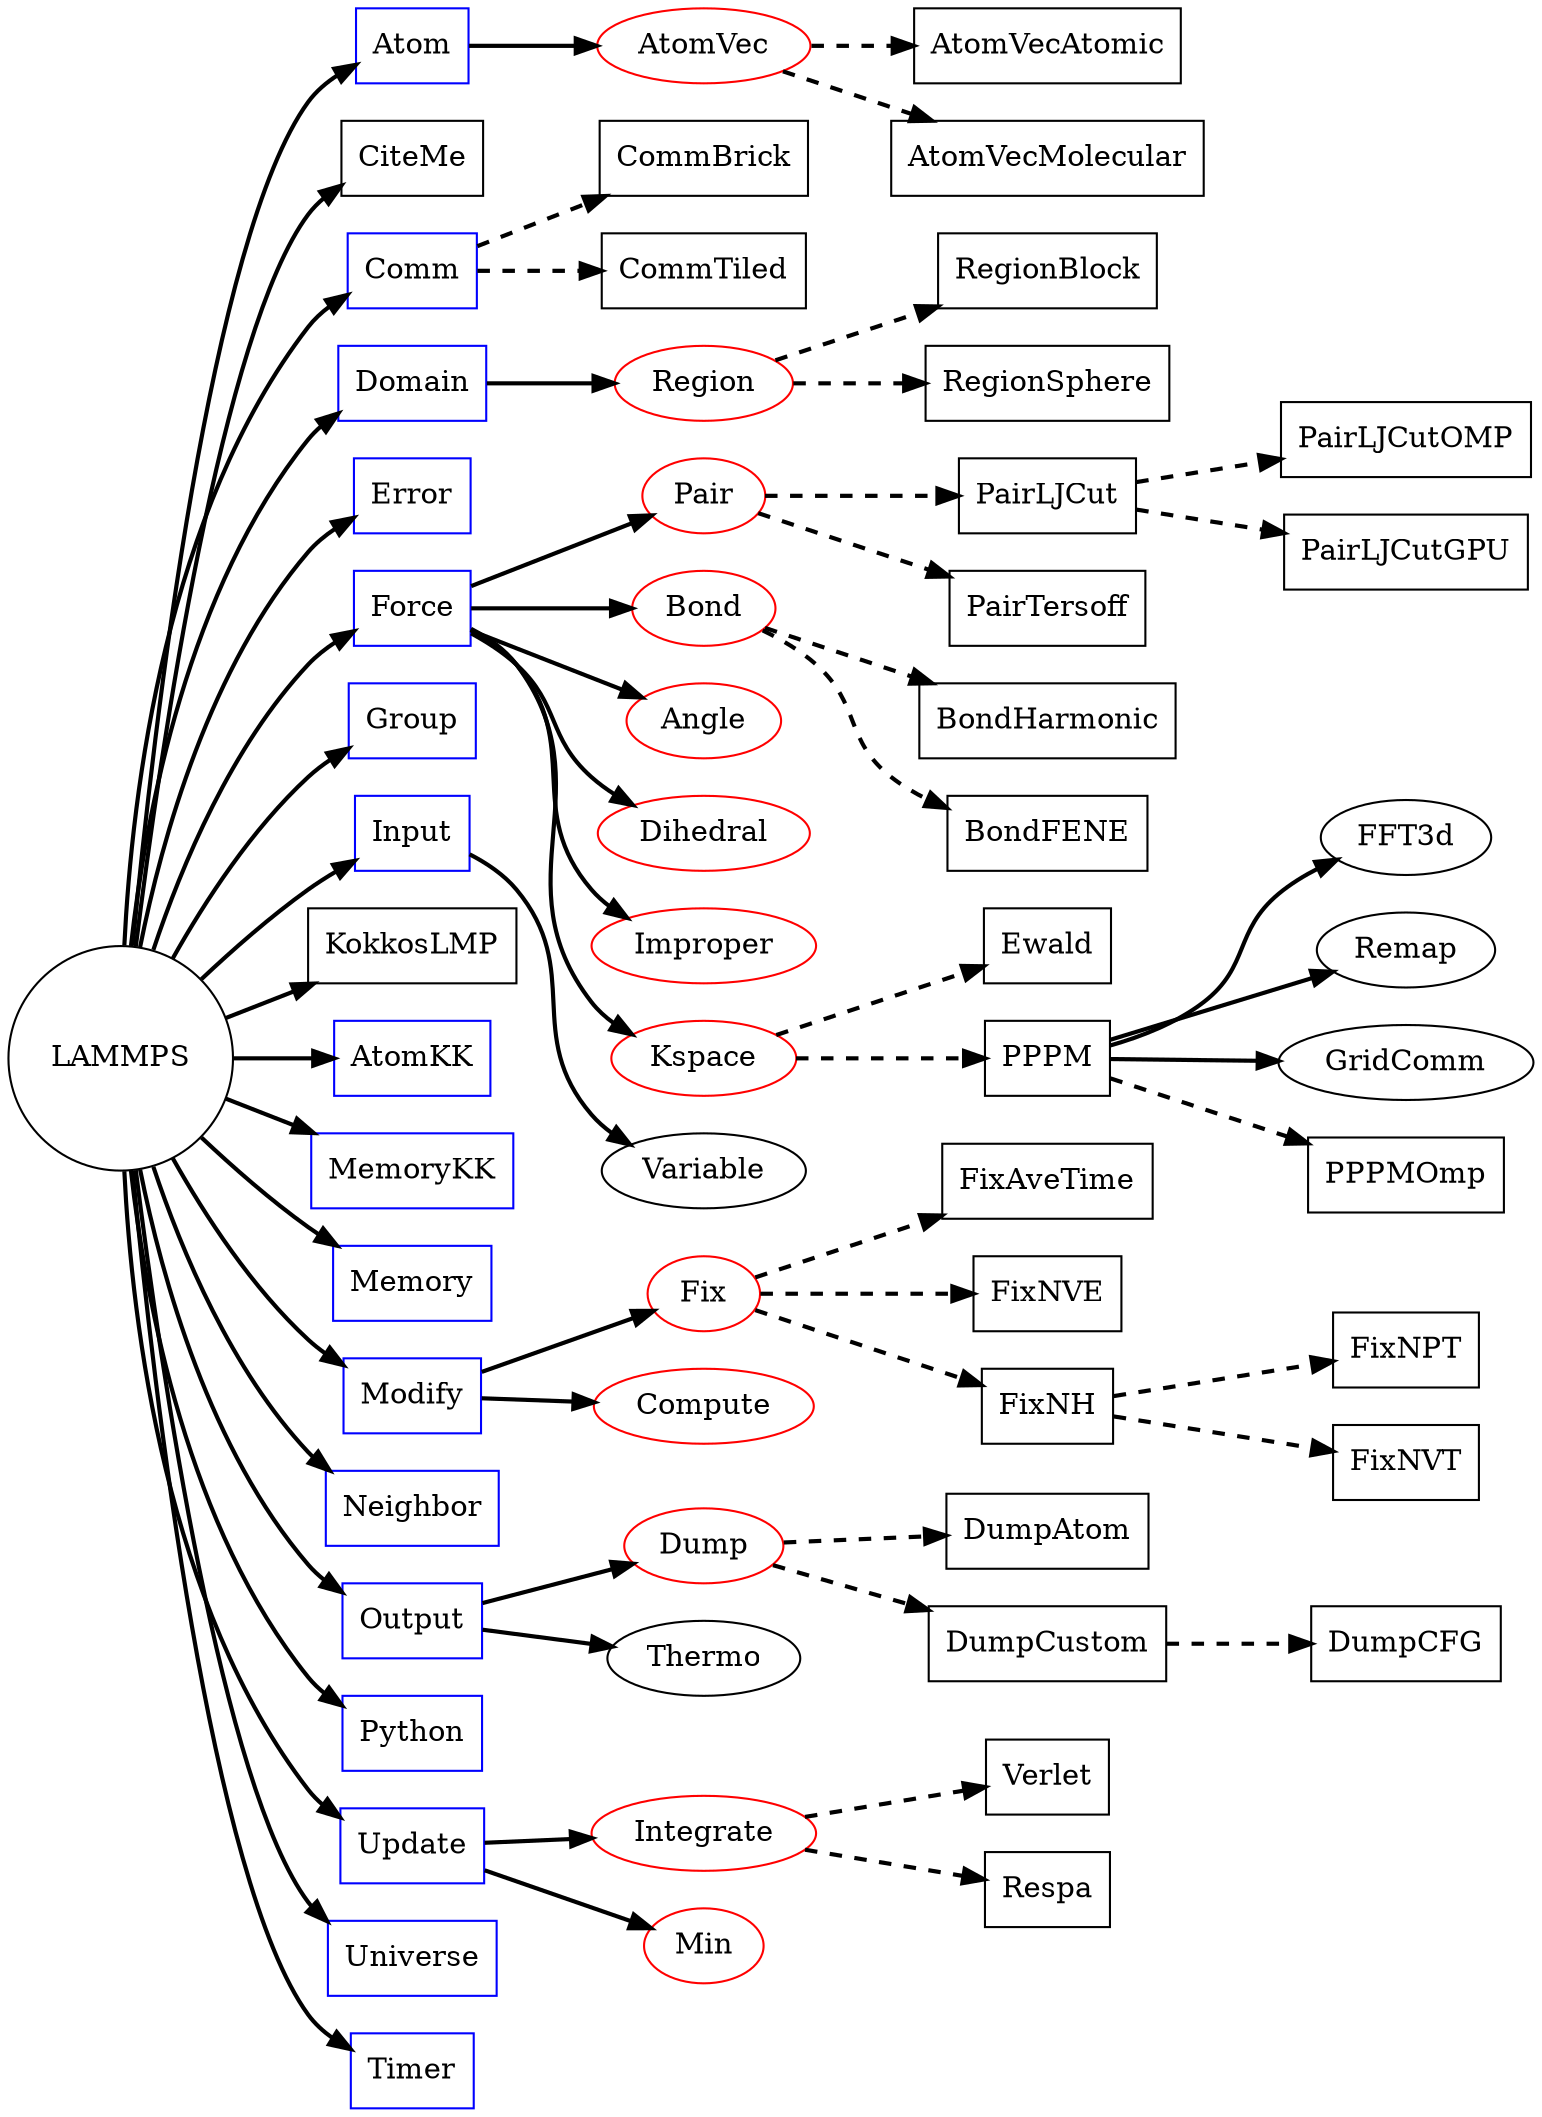
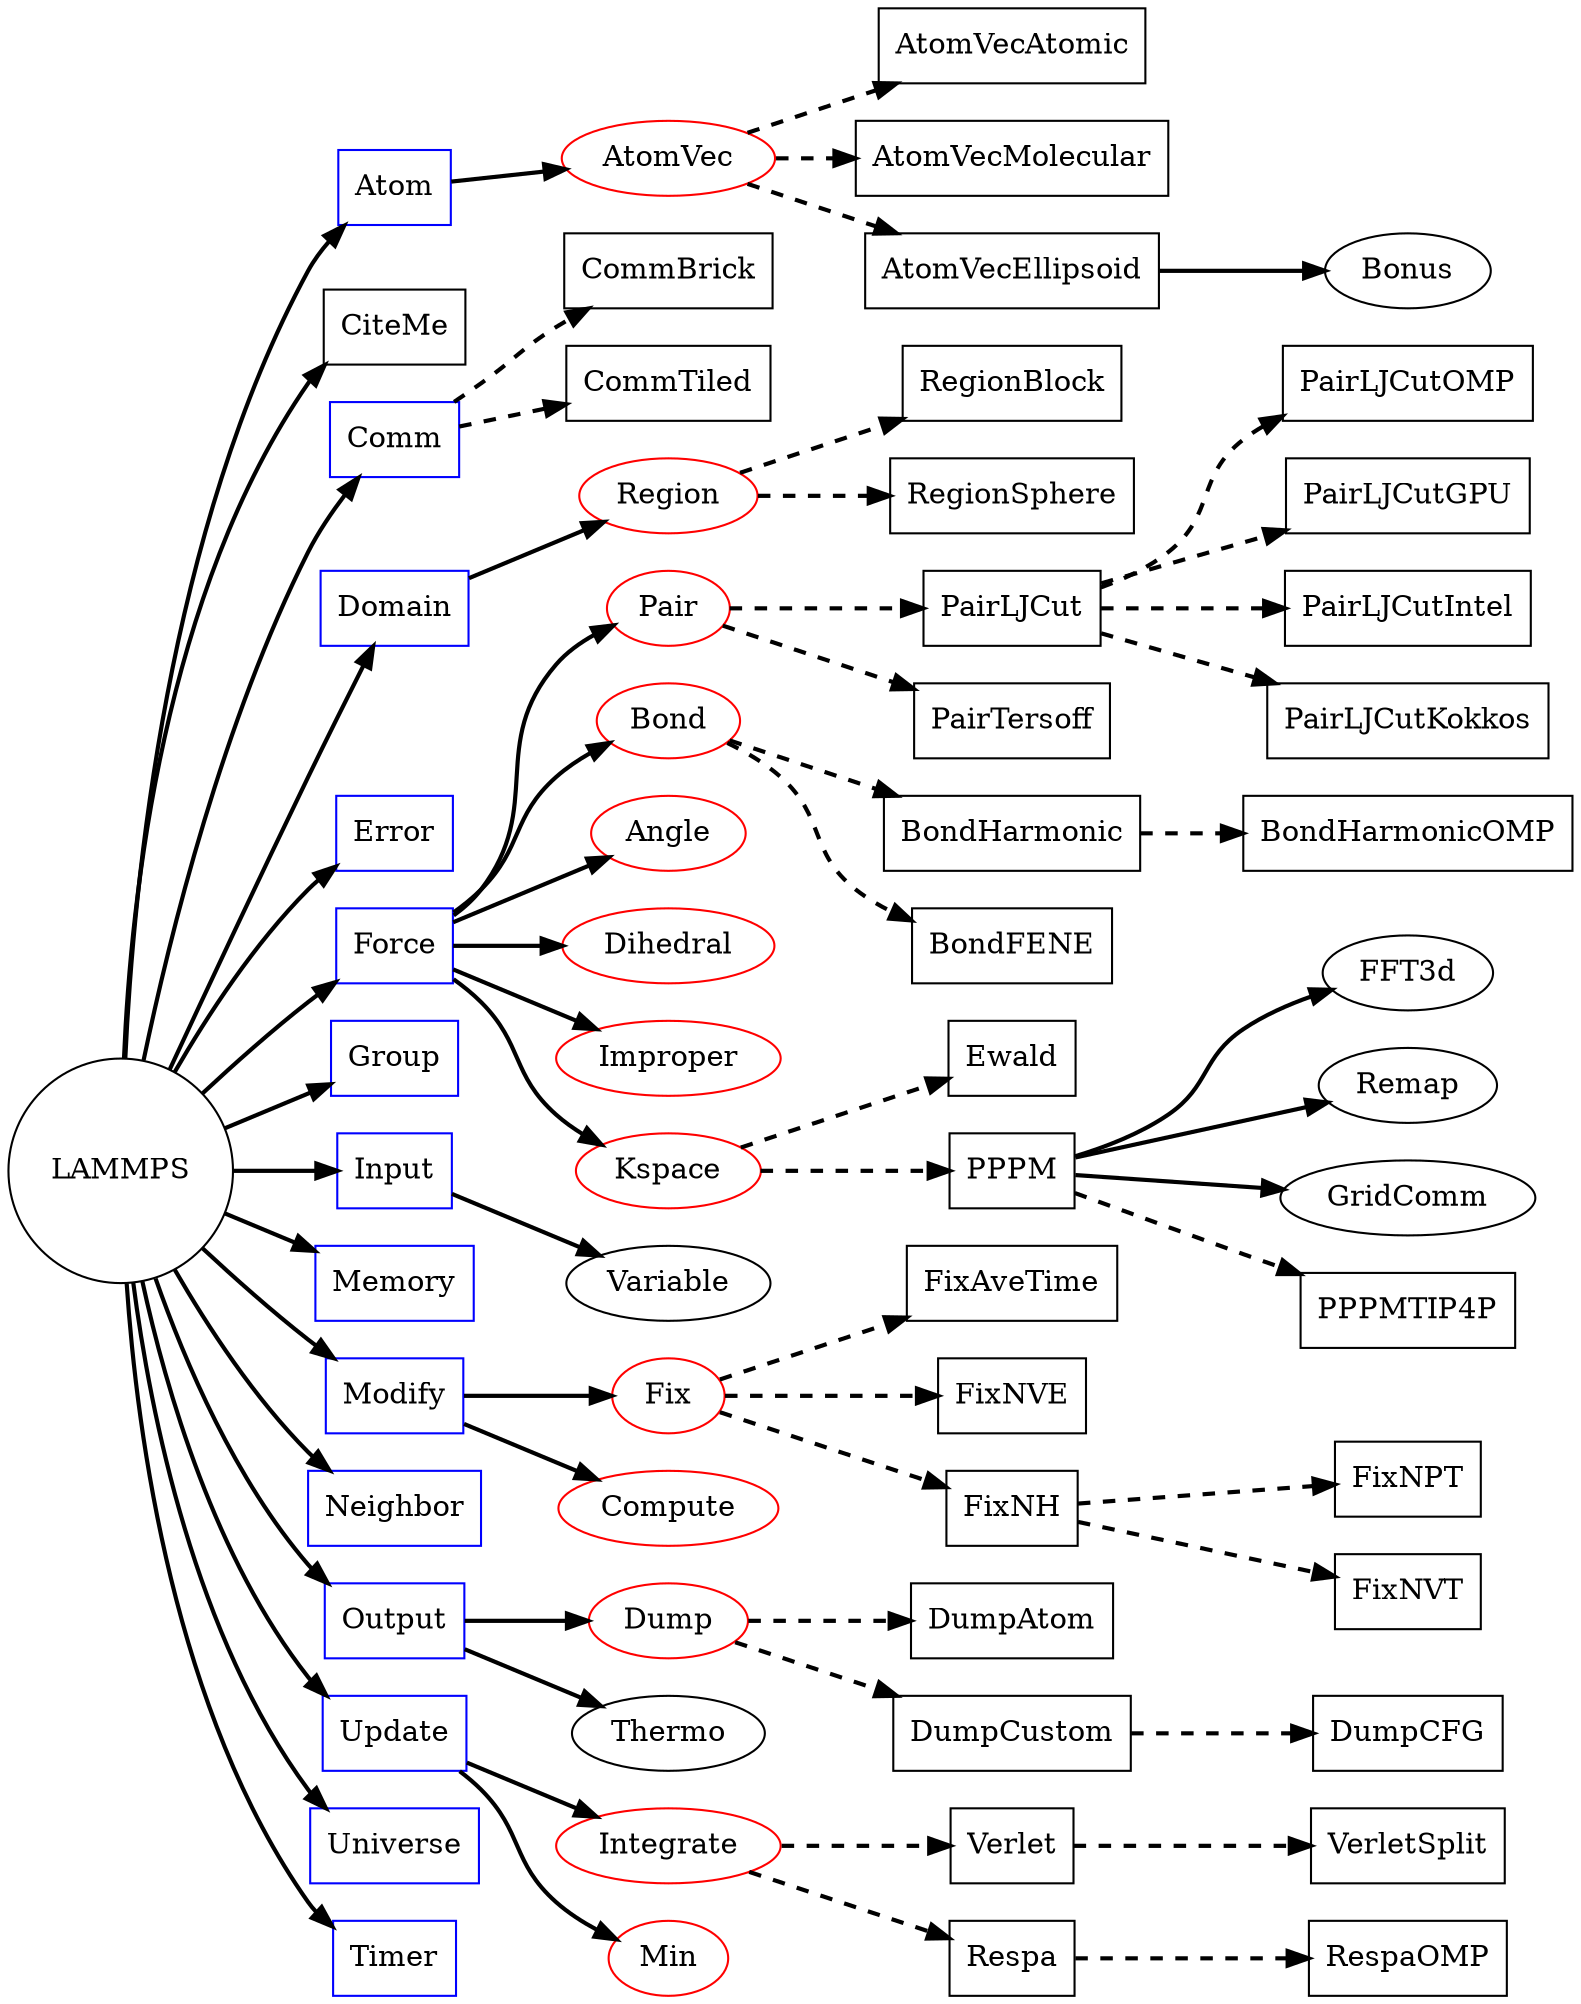
// LAMMPS Class topology
digraph lammps {
    rankdir="LR"
    La [shape=circle label="LAMMPS"]
    At [shape=box label="Atom" color=blue]
    Ci [shape=box label="CiteMe"]
    Co [shape=box label="Comm" color=blue]
    Do [shape=box label="Domain" color=blue]
    Er [shape=box label="Error" color=blue]
    Fo [shape=box label="Force" color=blue]
    Gr [shape=box label="Group" color=blue]
    In [shape=box label="Input" color=blue]
-     Ko [shape=box label="KokkosLMP"]
-     Ak [shape=box label="AtomKK" color=blue]
-     Mk [shape=box label="MemoryKK" color=blue]
    Me [shape=box label="Memory" color=blue]
    Mo [shape=box label="Modify" color=blue]
    Ne [shape=box label="Neighbor" color=blue]
    Ou [shape=box label="Output" color=blue]
-     Py [shape=box label="Python" color=blue]
    Up [shape=box label="Update" color=blue]
    Un [shape=box label="Universe" color=blue]
    Ti [shape=box label="Timer" color=blue]
    Rg [label="Region" color=red]
    Rb [shape=box label="RegionBlock"]
    Rs [shape=box label="RegionSphere"]
    Av [label="AtomVec" color=red]
    It [label="Integrate" color=red]
    Mi [label="Min" color=red]
    Pa [label="Pair" color=red]
    Bo [label="Bond" color=red]
    An [label="Angle" color=red]
    Di [label="Dihedral" color=red]
    Im [label="Improper" color=red]
    Ks [label="Kspace" color=red]
    Du [label="Dump" color=red]
    Fi [label="Fix" color=red]
    Cp [label="Compute" color=red]
    Th [label="Thermo"]
    Va [label="Variable"]
    Ew [shape=box label="Ewald"]
    Pp [shape=box label="PPPM"]
    Ff [label="FFT3d"]
    Re [label="Remap"]
    Gc [label="GridComm"]
+     Bn [label="Bonus"]
    Cb [shape=box label="CommBrick"]
    Ct [shape=box label="CommTiled"]
    Aa [shape=box label="AtomVecAtomic"]
    Am [shape=box label="AtomVecMolecular"]
+     Ae [shape=box label="AtomVecEllipsoid"]
    Lj [shape=box label="PairLJCut"]
    Lo [shape=box label="PairLJCutOMP"]
    Lg [shape=box label="PairLJCutGPU"]
+     Li [shape=box label="PairLJCutIntel"]
+     Lk [shape=box label="PairLJCutKokkos"]
    Te [shape=box label="PairTersoff"]
    Bh [shape=box label="BondHarmonic"]
+     Bp [shape=box label="BondHarmonicOMP"]
    Bf [shape=box label="BondFENE"]
    Fa [shape=box label="FixAveTime"]
    Fn [shape=box label="FixNVE"]
    Fh [shape=box label="FixNH"]
    Fp [shape=box label="FixNPT"]
    Ft [shape=box label="FixNVT"]
    Da [shape=box label="DumpAtom"]
    Dc [shape=box label="DumpCustom"]
    Dg [shape=box label="DumpCFG"]
    Ve [shape=box label="Verlet"]
    Rr [shape=box label="Respa"]
-     Po [shape=box label="PPPMOmp"]
-     La -> {At Ci Co Do Er Fo Gr In Ko Ak Mk Me Mo Ne Ou Py Ti Up Un} [penwidth=2]
+     Pt [shape=box label="PPPMTIP4P"]
+     Vs [shape=box label="VerletSplit"]
+     Ro [shape=box label="RespaOMP"]
+     La -> {At Ci Co Do Er Fo Gr In Me Mo Ne Ou Ti Up Un} [penwidth=2]
    Do -> {Rg} [penwidth=2]
    Co -> {Cb Ct} [style=dashed penwidth=2]
    Rg -> {Rb Rs} [style=dashed penwidth=2]
    In -> Va [penwidth=2]
    Mo -> {Fi Cp} [penwidth=2]
    Fo -> {Pa Bo An Di Im Ks} [penwidth=2]
    Ks -> {Ew Pp} [style=dashed penwidth=2]
    Pp -> {Ff Re Gc} [penwidth=2]
-     Pp -> {Po} [style=dashed penwidth=2]
+     Pp -> {Pt} [style=dashed penwidth=2]
    Up -> {It Mi} [penwidth=2]
    It -> {Ve Rr} [style=dashed penwidth=2]
    Ou -> {Du Th} [penwidth=2]
    Du -> {Da Dc} [style=dashed penwidth=2]
    Dc -> {Dg} [style=dashed penwidth=2]
    At -> Av [penwidth=2]
-     Av -> {Aa Am} [style=dashed penwidth=2]
+     Av -> {Aa Am Ae} [style=dashed penwidth=2]
+     Ae -> Bn [penwidth=2]
    Pa -> {Lj Te} [style=dashed penwidth=2]
-     Lj -> {Lo Lg} [style=dashed penwidth=2]
+     Lj -> {Lo Lg Li Lk} [style=dashed penwidth=2]
    Bo -> {Bh Bf} [style=dashed penwidth=2]
+     Bh -> Bp [style=dashed penwidth=2]
    Fi -> {Fa Fn Fh} [style=dashed penwidth=2]
    Fh -> {Fp Ft} [style=dashed penwidth=2]
+     Ve -> Vs [style=dashed penwidth=2]
+     Rr -> Ro [style=dashed penwidth=2]
}

